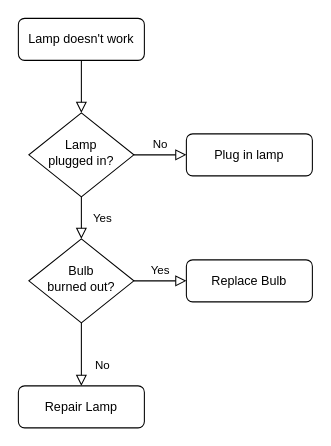
Before: Untitled Diagram.drawio in JJazin/abc, a draw.io diagram. Source tidied: cells renumbered, new cells numbered last; positions are measured from the earlier drawing's top-left corner, leaving out a move shared by most shapes. Both pictures are drawn from the tidied source at 105%, with x=0, y=0 at pixel (18, 18).
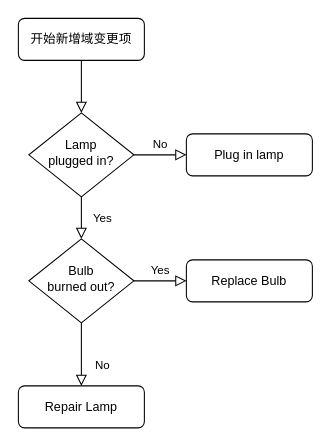
After the change.

Change to the diagram source:
```diff
@@
 <mxGraphModel>
   <root>
     <mxCell id="0" />
     <mxCell id="1" parent="0" />
     <mxCell id="2" style="rounded=0;html=1;jettySize=auto;fontSize=11;endArrow=block;endFill=0;endSize=8;strokeWidth=1;shadow=0;labelBackgroundColor=none;edgeStyle=orthogonalEdgeStyle;" parent="1" edge="1" source="3" target="6">
       <mxGeometry relative="1" as="geometry" />
     </mxCell>
-    <mxCell id="3" value="Lamp doesn't work" style="rounded=1;whiteSpace=wrap;html=1;fontSize=12;glass=0;strokeWidth=1;shadow=0;" parent="1" vertex="1">
+    <mxCell id="3" value="开始新增域变更项" style="rounded=1;whiteSpace=wrap;html=1;fontSize=12;glass=0;strokeWidth=1;shadow=0;" parent="1" vertex="1">
       <mxGeometry width="120" height="40" as="geometry" />
     </mxCell>
     <mxCell id="4" value="Yes" style="rounded=0;html=1;jettySize=auto;fontSize=11;endArrow=block;endFill=0;endSize=8;strokeWidth=1;shadow=0;labelBackgroundColor=none;edgeStyle=orthogonalEdgeStyle;" parent="1" edge="1" source="6" target="10">
       <mxGeometry y="20" relative="1" as="geometry" />
     </mxCell>
     <mxCell id="5" value="No" style="edgeStyle=orthogonalEdgeStyle;rounded=0;html=1;jettySize=auto;fontSize=11;endArrow=block;endFill=0;endSize=8;strokeWidth=1;shadow=0;labelBackgroundColor=none;" parent="1" edge="1" source="6" target="7">
       <mxGeometry y="10" relative="1" as="geometry" />
     </mxCell>
     <mxCell id="6" value="Lamp&lt;br&gt;plugged in?" style="rhombus;whiteSpace=wrap;html=1;shadow=0;fontFamily=Helvetica;fontSize=12;align=center;strokeWidth=1;spacing=6;spacingTop=-4;" parent="1" vertex="1">
       <mxGeometry x="10" y="90" width="100" height="80" as="geometry" />
     </mxCell>
     <mxCell id="7" value="Plug in lamp" style="rounded=1;whiteSpace=wrap;html=1;fontSize=12;glass=0;strokeWidth=1;shadow=0;" parent="1" vertex="1">
       <mxGeometry x="160" y="110" width="120" height="40" as="geometry" />
     </mxCell>
     <mxCell id="8" value="No" style="rounded=0;html=1;jettySize=auto;fontSize=11;endArrow=block;endFill=0;endSize=8;strokeWidth=1;shadow=0;labelBackgroundColor=none;edgeStyle=orthogonalEdgeStyle;" parent="1" edge="1" source="10" target="11">
       <mxGeometry x="0.33" y="20" relative="1" as="geometry" />
     </mxCell>
     <mxCell id="9" value="Yes" style="edgeStyle=orthogonalEdgeStyle;rounded=0;html=1;jettySize=auto;fontSize=11;endArrow=block;endFill=0;endSize=8;strokeWidth=1;shadow=0;labelBackgroundColor=none;" parent="1" edge="1" source="10" target="12">
       <mxGeometry y="10" relative="1" as="geometry" />
     </mxCell>
     <mxCell id="10" value="Bulb&lt;br&gt;burned out?" style="rhombus;whiteSpace=wrap;html=1;shadow=0;fontFamily=Helvetica;fontSize=12;align=center;strokeWidth=1;spacing=6;spacingTop=-4;" parent="1" vertex="1">
       <mxGeometry x="10" y="210" width="100" height="80" as="geometry" />
     </mxCell>
     <mxCell id="11" value="Repair Lamp" style="rounded=1;whiteSpace=wrap;html=1;fontSize=12;glass=0;strokeWidth=1;shadow=0;" parent="1" vertex="1">
       <mxGeometry y="350" width="120" height="40" as="geometry" />
     </mxCell>
     <mxCell id="12" value="Replace Bulb" style="rounded=1;whiteSpace=wrap;html=1;fontSize=12;glass=0;strokeWidth=1;shadow=0;" parent="1" vertex="1">
       <mxGeometry x="160" y="230" width="120" height="40" as="geometry" />
     </mxCell>
   </root>
 </mxGraphModel>
```
